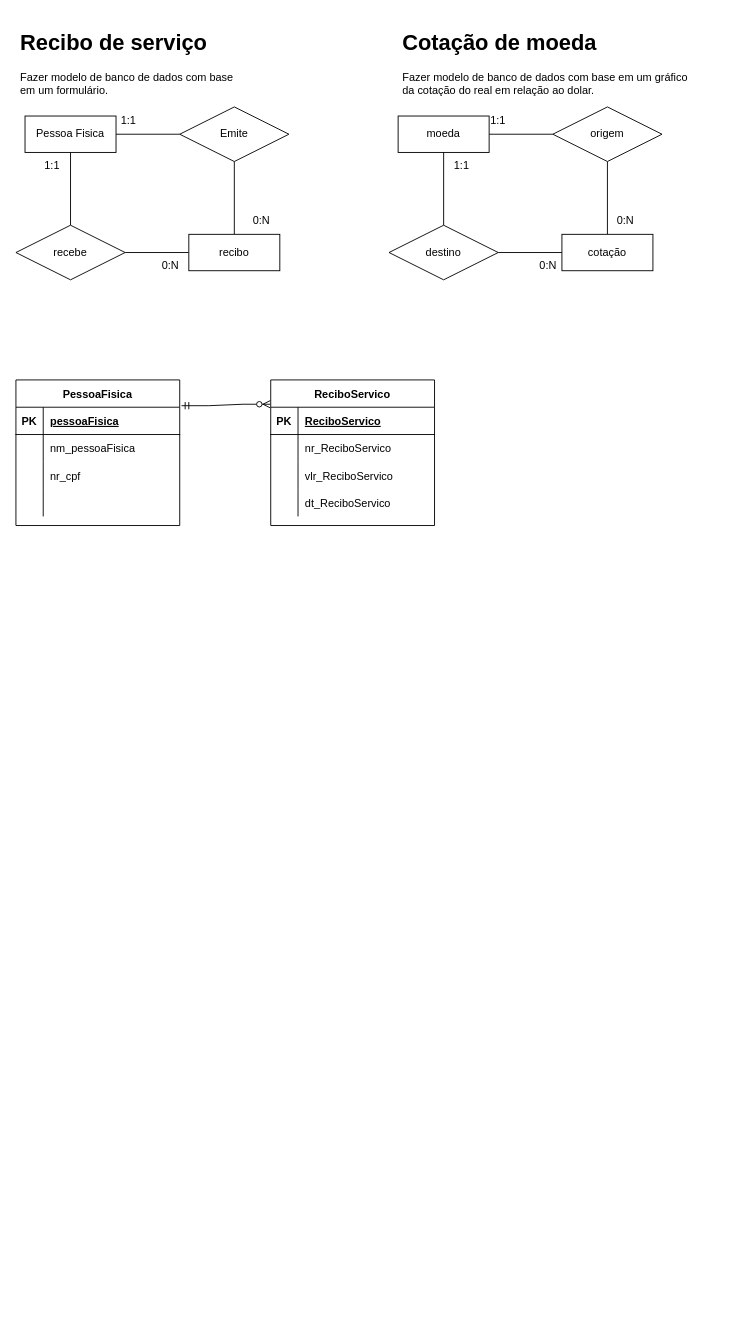
Earlier version of the draw.io diagram ReciboMoeda.drawio (Carolina-Silva/Carolina-Silva). Source tidied: cells renumbered, new cells numbered last; positions are measured from the earlier drawing's top-left corner, leaving out a move shared by most shapes. Both pictures are drawn from the tidied source at 91%, with x=0, y=0 at pixel (15, 25).
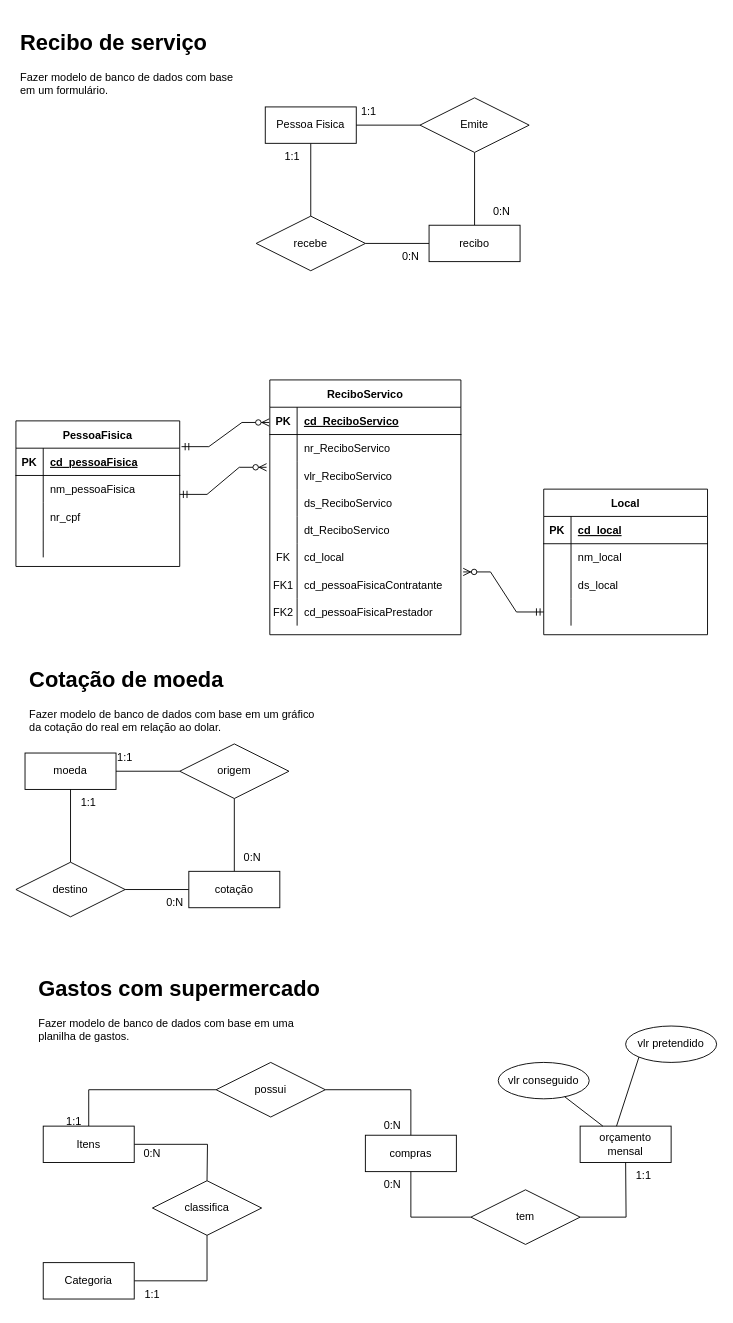
The same diagram, later.

The change refers to these unchanged cells:
```xml
<mxCell id="29" style="shape=tableRow;horizontal=0;startSize=0;swimlaneHead=0;swimlaneBody=0;fillColor=none;points=[[0,0.5],[1,0.5]];portConstraint=eastwest;top=0;left=0;right=0;bottom=1;" parent="28" vertex="1">
  <mxGeometry y="30" width="180" height="30" as="geometry" />
</mxCell>
```

What changed in the source:
```diff
@@
     <mxCell id="3" value="Pessoa Fisica" style="whiteSpace=wrap;html=1;align=center;" parent="1" vertex="1">
-      <mxGeometry x="10" y="100" width="100" height="40" as="geometry" />
+      <mxGeometry x="274" y="90" width="100" height="40" as="geometry" />
     </mxCell>
@@
     <mxCell id="5" value="recebe" style="shape=rhombus;perimeter=rhombusPerimeter;whiteSpace=wrap;html=1;align=center;" parent="1" vertex="1">
-      <mxGeometry y="220" width="120" height="60" as="geometry" />
+      <mxGeometry x="264" y="210" width="120" height="60" as="geometry" />
     </mxCell>
@@
     <mxCell id="8" value="Emite" style="shape=rhombus;perimeter=rhombusPerimeter;whiteSpace=wrap;html=1;align=center;" parent="1" vertex="1">
-      <mxGeometry x="180" y="90" width="120" height="60" as="geometry" />
+      <mxGeometry x="444" y="80" width="120" height="60" as="geometry" />
     </mxCell>
     <mxCell id="9" value="recibo" style="whiteSpace=wrap;html=1;align=center;" parent="1" vertex="1">
-      <mxGeometry x="190" y="230" width="100" height="40" as="geometry" />
+      <mxGeometry x="454" y="220" width="100" height="40" as="geometry" />
     </mxCell>
     <mxCell id="10" value="1:1" style="text;html=1;strokeColor=none;fillColor=none;align=center;verticalAlign=middle;whiteSpace=wrap;rounded=0;" parent="1" vertex="1">
-      <mxGeometry x="10" y="140" width="60" height="30" as="geometry" />
+      <mxGeometry x="274" y="130" width="60" height="30" as="geometry" />
     </mxCell>
     <mxCell id="11" value="1:1" style="text;html=1;strokeColor=none;fillColor=none;align=center;verticalAlign=middle;whiteSpace=wrap;rounded=0;" parent="1" vertex="1">
-      <mxGeometry x="94" y="90" width="60" height="30" as="geometry" />
+      <mxGeometry x="358" y="80" width="60" height="30" as="geometry" />
     </mxCell>
     <mxCell id="12" value="0:N" style="text;html=1;strokeColor=none;fillColor=none;align=center;verticalAlign=middle;whiteSpace=wrap;rounded=0;" parent="1" vertex="1">
-      <mxGeometry x="140" y="250" width="60" height="30" as="geometry" />
+      <mxGeometry x="404" y="240" width="60" height="30" as="geometry" />
     </mxCell>
     <mxCell id="13" value="0:N" style="text;html=1;strokeColor=none;fillColor=none;align=center;verticalAlign=middle;whiteSpace=wrap;rounded=0;" parent="1" vertex="1">
-      <mxGeometry x="240" y="200" width="60" height="30" as="geometry" />
+      <mxGeometry x="504" y="190" width="60" height="30" as="geometry" />
     </mxCell>
@@
     <mxCell id="15" value="&lt;h1&gt;Cotação de moeda&lt;/h1&gt;&lt;p&gt;Fazer modelo de banco de dados com base em um gráfico da cotação do real em relação ao dolar.&lt;/p&gt;" style="text;html=1;strokeColor=none;fillColor=none;spacing=5;spacingTop=-20;whiteSpace=wrap;overflow=hidden;rounded=0;" parent="1" vertex="1">
-      <mxGeometry x="420" width="330" height="100" as="geometry" />
+      <mxGeometry x="10" y="700" width="330" height="100" as="geometry" />
     </mxCell>
@@
     <mxCell id="17" value="moeda" style="whiteSpace=wrap;html=1;align=center;" parent="1" vertex="1">
-      <mxGeometry x="420" y="100" width="100" height="40" as="geometry" />
+      <mxGeometry x="10" y="800" width="100" height="40" as="geometry" />
     </mxCell>
@@
     <mxCell id="19" value="origem" style="shape=rhombus;perimeter=rhombusPerimeter;whiteSpace=wrap;html=1;align=center;" parent="1" vertex="1">
-      <mxGeometry x="590" y="90" width="120" height="60" as="geometry" />
+      <mxGeometry x="180" y="790" width="120" height="60" as="geometry" />
     </mxCell>
@@
     <mxCell id="21" value="cotação" style="whiteSpace=wrap;html=1;align=center;" parent="1" vertex="1">
-      <mxGeometry x="600" y="230" width="100" height="40" as="geometry" />
+      <mxGeometry x="190" y="930" width="100" height="40" as="geometry" />
     </mxCell>
@@
     <mxCell id="23" value="destino" style="shape=rhombus;perimeter=rhombusPerimeter;whiteSpace=wrap;html=1;align=center;" parent="1" vertex="1">
-      <mxGeometry x="410" y="220" width="120" height="60" as="geometry" />
+      <mxGeometry y="920" width="120" height="60" as="geometry" />
     </mxCell>
     <mxCell id="24" value="1:1" style="text;html=1;strokeColor=none;fillColor=none;align=center;verticalAlign=middle;whiteSpace=wrap;rounded=0;" parent="1" vertex="1">
-      <mxGeometry x="500" y="90" width="60" height="30" as="geometry" />
+      <mxGeometry x="90" y="790" width="60" height="30" as="geometry" />
     </mxCell>
     <mxCell id="25" value="1:1" style="text;html=1;strokeColor=none;fillColor=none;align=center;verticalAlign=middle;whiteSpace=wrap;rounded=0;" parent="1" vertex="1">
-      <mxGeometry x="460" y="140" width="60" height="30" as="geometry" />
+      <mxGeometry x="50" y="840" width="60" height="30" as="geometry" />
     </mxCell>
     <mxCell id="26" value="0:N" style="text;html=1;strokeColor=none;fillColor=none;align=center;verticalAlign=middle;whiteSpace=wrap;rounded=0;" parent="1" vertex="1">
-      <mxGeometry x="640" y="200" width="60" height="30" as="geometry" />
+      <mxGeometry x="230" y="900" width="60" height="30" as="geometry" />
     </mxCell>
     <mxCell id="27" value="0:N" style="text;html=1;strokeColor=none;fillColor=none;align=center;verticalAlign=middle;whiteSpace=wrap;rounded=0;" parent="1" vertex="1">
-      <mxGeometry x="555" y="250" width="60" height="30" as="geometry" />
+      <mxGeometry x="145" y="950" width="60" height="30" as="geometry" />
     </mxCell>
     <mxCell id="28" value="PessoaFisica" style="shape=table;startSize=30;childLayout=tableLayout;rowLines=0;fontStyle=1;align=center;" parent="1" vertex="1">
-      <mxGeometry y="390" width="180" height="160" as="geometry" />
+      <mxGeometry y="435" width="180" height="160" as="geometry" />
     </mxCell>
@@
-    <mxCell id="31" value="pessoaFisica" style="shape=partialRectangle;fillColor=none;top=0;left=0;bottom=0;right=0;align=left;spacingLeft=6;fontStyle=5;overflow=hidden;" parent="29" vertex="1">
+    <mxCell id="31" value="cd_pessoaFisica" style="shape=partialRectangle;fillColor=none;top=0;left=0;bottom=0;right=0;align=left;spacingLeft=6;fontStyle=5;overflow=hidden;" parent="29" vertex="1">
       <mxGeometry x="30" width="150" height="30" as="geometry" />
     </mxCell>
@@
     <mxCell id="41" value="ReciboServico" style="shape=table;startSize=30;childLayout=tableLayout;rowLines=0;fontStyle=1;align=center;" parent="1" vertex="1">
-      <mxGeometry x="280" y="390" width="180" height="160" as="geometry" />
+      <mxGeometry x="279" y="390" width="210" height="280" as="geometry" />
     </mxCell>
     <mxCell id="42" style="shape=tableRow;horizontal=0;startSize=0;swimlaneHead=0;swimlaneBody=0;fillColor=none;top=0;left=0;right=0;bottom=1;" parent="41" vertex="1">
-      <mxGeometry y="30" width="180" height="30" as="geometry" />
+      <mxGeometry y="30" width="210" height="30" as="geometry" />
     </mxCell>
@@
-    <mxCell id="44" value="ReciboServico" style="shape=partialRectangle;fillColor=none;top=0;left=0;bottom=0;right=0;align=left;spacingLeft=6;fontStyle=5;overflow=hidden;" parent="42" vertex="1">
-      <mxGeometry x="30" width="150" height="30" as="geometry" />
+    <mxCell id="44" value="cd_ReciboServico" style="shape=partialRectangle;fillColor=none;top=0;left=0;bottom=0;right=0;align=left;spacingLeft=6;fontStyle=5;overflow=hidden;" parent="42" vertex="1">
+      <mxGeometry x="30" width="180" height="30" as="geometry" />
     </mxCell>
     <mxCell id="45" style="shape=tableRow;horizontal=0;startSize=0;swimlaneHead=0;swimlaneBody=0;fillColor=none;top=0;left=0;right=0;bottom=0;" parent="41" vertex="1">
-      <mxGeometry y="60" width="180" height="30" as="geometry" />
+      <mxGeometry y="60" width="210" height="30" as="geometry" />
     </mxCell>
@@
     <mxCell id="47" value="nr_ReciboServico" style="shape=partialRectangle;fillColor=none;top=0;left=0;bottom=0;right=0;align=left;spacingLeft=6;overflow=hidden;" parent="45" vertex="1">
-      <mxGeometry x="30" width="150" height="30" as="geometry" />
+      <mxGeometry x="30" width="180" height="30" as="geometry" />
     </mxCell>
     <mxCell id="48" style="shape=tableRow;horizontal=0;startSize=0;swimlaneHead=0;swimlaneBody=0;fillColor=none;points=[[0,0.5],[1,0.5]];portConstraint=eastwest;top=0;left=0;right=0;bottom=0;" parent="41" vertex="1">
-      <mxGeometry y="90" width="180" height="30" as="geometry" />
+      <mxGeometry y="90" width="210" height="30" as="geometry" />
     </mxCell>
@@
     <mxCell id="50" value="vlr_ReciboServico" style="shape=partialRectangle;fillColor=none;top=0;left=0;bottom=0;right=0;align=left;spacingLeft=6;overflow=hidden;" parent="48" vertex="1">
-      <mxGeometry x="30" width="150" height="30" as="geometry" />
+      <mxGeometry x="30" width="180" height="30" as="geometry" />
     </mxCell>
+    <mxCell id="55" style="shape=tableRow;horizontal=0;startSize=0;swimlaneHead=0;swimlaneBody=0;fillColor=none;top=0;left=0;right=0;bottom=0;" parent="41" vertex="1">
+      <mxGeometry y="120" width="210" height="30" as="geometry" />
+    </mxCell>
+    <mxCell id="56" style="shape=partialRectangle;fillColor=none;top=0;left=0;bottom=0;right=0;overflow=hidden;" parent="55" vertex="1">
+      <mxGeometry width="30" height="30" as="geometry" />
+    </mxCell>
+    <mxCell id="57" value="ds_ReciboServico" style="shape=partialRectangle;fillColor=none;top=0;left=0;bottom=0;right=0;align=left;spacingLeft=6;overflow=hidden;" parent="55" vertex="1">
+      <mxGeometry x="30" width="180" height="30" as="geometry" />
+    </mxCell>
     <mxCell id="51" style="shape=tableRow;horizontal=0;startSize=0;swimlaneHead=0;swimlaneBody=0;fillColor=none;top=0;left=0;right=0;bottom=0;" parent="41" vertex="1">
-      <mxGeometry y="120" width="180" height="30" as="geometry" />
+      <mxGeometry y="150" width="210" height="30" as="geometry" />
     </mxCell>
@@
     <mxCell id="53" value="dt_ReciboServico" style="shape=partialRectangle;fillColor=none;top=0;left=0;bottom=0;right=0;align=left;spacingLeft=6;overflow=hidden;" parent="51" vertex="1">
-      <mxGeometry x="30" width="150" height="30" as="geometry" />
+      <mxGeometry x="30" width="180" height="30" as="geometry" />
     </mxCell>
+    <mxCell id="58" style="shape=tableRow;horizontal=0;startSize=0;swimlaneHead=0;swimlaneBody=0;fillColor=none;top=0;left=0;right=0;bottom=0;" parent="41" vertex="1">
+      <mxGeometry y="180" width="210" height="30" as="geometry" />
+    </mxCell>
+    <mxCell id="59" value="FK" style="shape=partialRectangle;fillColor=none;top=0;left=0;bottom=0;right=0;fontStyle=0;overflow=hidden;" parent="58" vertex="1">
+      <mxGeometry width="30" height="30" as="geometry" />
+    </mxCell>
+    <mxCell id="60" value="cd_local" style="shape=partialRectangle;fillColor=none;top=0;left=0;bottom=0;right=0;align=left;spacingLeft=6;fontStyle=0;overflow=hidden;" parent="58" vertex="1">
+      <mxGeometry x="30" width="180" height="30" as="geometry" />
+    </mxCell>
+    <mxCell id="61" style="shape=tableRow;horizontal=0;startSize=0;swimlaneHead=0;swimlaneBody=0;fillColor=none;points=[[0,0.5],[1,0.5]];portConstraint=eastwest;top=0;left=0;right=0;bottom=0;" parent="41" vertex="1">
+      <mxGeometry y="210" width="210" height="30" as="geometry" />
+    </mxCell>
+    <mxCell id="62" value="FK1" style="shape=partialRectangle;fillColor=none;top=0;left=0;bottom=0;right=0;fontStyle=0;overflow=hidden;" parent="61" vertex="1">
+      <mxGeometry width="30" height="30" as="geometry" />
+    </mxCell>
+    <mxCell id="63" value="cd_pessoaFisicaContratante" style="shape=partialRectangle;fillColor=none;top=0;left=0;bottom=0;right=0;align=left;spacingLeft=6;fontStyle=0;overflow=hidden;" parent="61" vertex="1">
+      <mxGeometry x="30" width="180" height="30" as="geometry" />
+    </mxCell>
+    <mxCell id="64" style="shape=tableRow;horizontal=0;startSize=0;swimlaneHead=0;swimlaneBody=0;fillColor=none;top=0;left=0;right=0;bottom=0;" parent="41" vertex="1">
+      <mxGeometry y="240" width="210" height="30" as="geometry" />
+    </mxCell>
+    <mxCell id="65" value="FK2" style="shape=partialRectangle;fillColor=none;top=0;left=0;bottom=0;right=0;fontStyle=0;overflow=hidden;" parent="64" vertex="1">
+      <mxGeometry width="30" height="30" as="geometry" />
+    </mxCell>
+    <mxCell id="66" value="cd_pessoaFisicaPrestador" style="shape=partialRectangle;fillColor=none;top=0;left=0;bottom=0;right=0;align=left;spacingLeft=6;fontStyle=0;overflow=hidden;" parent="64" vertex="1">
+      <mxGeometry x="30" width="180" height="30" as="geometry" />
+    </mxCell>
@@
+    <mxCell id="67" style="edgeStyle=entityRelationEdgeStyle;fontSize=12;html=1;endArrow=ERzeroToMany;startArrow=ERmandOne;rounded=0;exitX=1.011;exitY=-0.056;exitDx=0;exitDy=0;exitPerimeter=0;entryX=-0.017;entryY=0.2;entryDx=0;entryDy=0;entryPerimeter=0;" parent="1" edge="1" target="48">
+      <mxGeometry relative="1" as="geometry">
+        <mxPoint x="180" y="515.8" as="sourcePoint" />
+      </mxGeometry>
+    </mxCell>
+    <mxCell id="68" value="Local" style="shape=table;startSize=30;childLayout=tableLayout;rowLines=0;fontStyle=1;align=center;" parent="1" vertex="1">
+      <mxGeometry x="580" y="510" width="180" height="160" as="geometry" />
+    </mxCell>
+    <mxCell id="69" style="shape=tableRow;horizontal=0;startSize=0;swimlaneHead=0;swimlaneBody=0;fillColor=none;top=0;left=0;right=0;bottom=1;" parent="68" vertex="1">
+      <mxGeometry y="30" width="180" height="30" as="geometry" />
+    </mxCell>
+    <mxCell id="70" value="PK" style="shape=partialRectangle;fillColor=none;top=0;left=0;bottom=0;right=0;fontStyle=1;overflow=hidden;" parent="69" vertex="1">
+      <mxGeometry width="30" height="30" as="geometry" />
+    </mxCell>
+    <mxCell id="71" value="cd_local" style="shape=partialRectangle;fillColor=none;top=0;left=0;bottom=0;right=0;align=left;spacingLeft=6;fontStyle=5;overflow=hidden;" parent="69" vertex="1">
+      <mxGeometry x="30" width="150" height="30" as="geometry" />
+    </mxCell>
+    <mxCell id="72" style="shape=tableRow;horizontal=0;startSize=0;swimlaneHead=0;swimlaneBody=0;fillColor=none;top=0;left=0;right=0;bottom=0;" parent="68" vertex="1">
+      <mxGeometry y="60" width="180" height="30" as="geometry" />
+    </mxCell>
+    <mxCell id="73" style="shape=partialRectangle;fillColor=none;top=0;left=0;bottom=0;right=0;overflow=hidden;" parent="72" vertex="1">
+      <mxGeometry width="30" height="30" as="geometry" />
+    </mxCell>
+    <mxCell id="74" value="nm_local" style="shape=partialRectangle;fillColor=none;top=0;left=0;bottom=0;right=0;align=left;spacingLeft=6;overflow=hidden;" parent="72" vertex="1">
+      <mxGeometry x="30" width="150" height="30" as="geometry" />
+    </mxCell>
+    <mxCell id="75" style="shape=tableRow;horizontal=0;startSize=0;swimlaneHead=0;swimlaneBody=0;fillColor=none;top=0;left=0;right=0;bottom=0;" parent="68" vertex="1">
+      <mxGeometry y="90" width="180" height="30" as="geometry" />
+    </mxCell>
+    <mxCell id="76" style="shape=partialRectangle;fillColor=none;top=0;left=0;bottom=0;right=0;overflow=hidden;" parent="75" vertex="1">
+      <mxGeometry width="30" height="30" as="geometry" />
+    </mxCell>
+    <mxCell id="77" value="ds_local" style="shape=partialRectangle;fillColor=none;top=0;left=0;bottom=0;right=0;align=left;spacingLeft=6;overflow=hidden;" parent="75" vertex="1">
+      <mxGeometry x="30" width="150" height="30" as="geometry" />
+    </mxCell>
+    <mxCell id="78" style="shape=tableRow;horizontal=0;startSize=0;swimlaneHead=0;swimlaneBody=0;fillColor=none;points=[[0,0.5],[1,0.5]];portConstraint=eastwest;top=0;left=0;right=0;bottom=0;" parent="68" vertex="1">
+      <mxGeometry y="120" width="180" height="30" as="geometry" />
+    </mxCell>
+    <mxCell id="79" style="shape=partialRectangle;fillColor=none;top=0;left=0;bottom=0;right=0;overflow=hidden;" parent="78" vertex="1">
+      <mxGeometry width="30" height="30" as="geometry" />
+    </mxCell>
+    <mxCell id="80" style="shape=partialRectangle;fillColor=none;top=0;left=0;bottom=0;right=0;align=left;spacingLeft=6;overflow=hidden;" parent="78" vertex="1">
+      <mxGeometry x="30" width="150" height="30" as="geometry" />
+    </mxCell>
+    <mxCell id="81" style="edgeStyle=entityRelationEdgeStyle;fontSize=12;html=1;endArrow=ERzeroToMany;startArrow=ERmandOne;rounded=0;exitX=0;exitY=0.5;exitDx=0;exitDy=0;entryX=1.012;entryY=0.033;entryDx=0;entryDy=0;entryPerimeter=0;" parent="1" edge="1" source="78" target="61">
+      <mxGeometry relative="1" as="geometry" />
+    </mxCell>
+    <mxCell id="82" value="&lt;h1&gt;Gastos com supermercado&lt;/h1&gt;&lt;p&gt;Fazer modelo de banco de dados com base em uma planilha de gastos.&lt;/p&gt;" style="text;html=1;strokeColor=none;fillColor=none;spacing=5;spacingTop=-20;whiteSpace=wrap;overflow=hidden;rounded=0;" parent="1" vertex="1">
+      <mxGeometry x="20" y="1040" width="330" height="100" as="geometry" />
+    </mxCell>
+    <mxCell id="83" style="edgeStyle=orthogonalEdgeStyle;rounded=0;jettySize=auto;html=1;entryX=0.5;entryY=0;entryDx=0;entryDy=0;endArrow=none;endFill=0;" parent="1" edge="1" source="85">
+      <mxGeometry relative="1" as="geometry">
+        <mxPoint x="210" y="1270" as="targetPoint" />
+      </mxGeometry>
+    </mxCell>
+    <mxCell id="84" style="edgeStyle=orthogonalEdgeStyle;rounded=0;jettySize=auto;html=1;endArrow=none;endFill=0;exitX=0.5;exitY=0;exitDx=0;exitDy=0;entryX=0;entryY=0.5;entryDx=0;entryDy=0;" parent="1" edge="1" source="85" target="96">
+      <mxGeometry relative="1" as="geometry" />
+    </mxCell>
+    <mxCell id="85" value="Itens" style="whiteSpace=wrap;html=1;align=center;" parent="1" vertex="1">
+      <mxGeometry x="30" y="1210" width="100" height="40" as="geometry" />
+    </mxCell>
+    <mxCell id="86" style="edgeStyle=orthogonalEdgeStyle;rounded=0;jettySize=auto;html=1;endArrow=none;endFill=0;entryX=1;entryY=0.5;entryDx=0;entryDy=0;exitX=0.5;exitY=1;exitDx=0;exitDy=0;" parent="1" edge="1" source="87" target="88">
+      <mxGeometry relative="1" as="geometry" />
+    </mxCell>
+    <mxCell id="87" value="classifica" style="shape=rhombus;perimeter=rhombusPerimeter;whiteSpace=wrap;html=1;align=center;" parent="1" vertex="1">
+      <mxGeometry x="150" y="1270" width="120" height="60" as="geometry" />
+    </mxCell>
+    <mxCell id="88" value="Categoria" style="whiteSpace=wrap;html=1;align=center;" parent="1" vertex="1">
+      <mxGeometry x="30" y="1360" width="100" height="40" as="geometry" />
+    </mxCell>
+    <mxCell id="89" value="orçamento mensal" style="whiteSpace=wrap;html=1;align=center;" parent="1" vertex="1">
+      <mxGeometry x="620" y="1210" width="100" height="40" as="geometry" />
+    </mxCell>
+    <mxCell id="90" value="1:1" style="text;html=1;strokeColor=none;fillColor=none;align=center;verticalAlign=middle;whiteSpace=wrap;rounded=0;" parent="1" vertex="1">
+      <mxGeometry x="120" y="1380" width="60" height="30" as="geometry" />
+    </mxCell>
+    <mxCell id="91" style="edgeStyle=orthogonalEdgeStyle;rounded=0;jettySize=auto;html=1;entryX=0;entryY=0.5;entryDx=0;entryDy=0;endArrow=none;endFill=0;exitX=0.5;exitY=1;exitDx=0;exitDy=0;" parent="1" edge="1" source="92" target="94">
+      <mxGeometry relative="1" as="geometry" />
+    </mxCell>
+    <mxCell id="92" value="compras" style="whiteSpace=wrap;html=1;align=center;" parent="1" vertex="1">
+      <mxGeometry x="384" y="1220" width="100" height="40" as="geometry" />
+    </mxCell>
+    <mxCell id="93" style="edgeStyle=orthogonalEdgeStyle;rounded=0;jettySize=auto;html=1;endArrow=none;endFill=0;" parent="1" edge="1" source="94">
+      <mxGeometry relative="1" as="geometry">
+        <mxPoint x="670" y="1250" as="targetPoint" />
+      </mxGeometry>
+    </mxCell>
+    <mxCell id="94" value="tem" style="shape=rhombus;perimeter=rhombusPerimeter;whiteSpace=wrap;html=1;align=center;" parent="1" vertex="1">
+      <mxGeometry x="500" y="1280" width="120" height="60" as="geometry" />
+    </mxCell>
+    <mxCell id="95" style="edgeStyle=orthogonalEdgeStyle;rounded=0;jettySize=auto;html=1;entryX=0.5;entryY=0;entryDx=0;entryDy=0;endArrow=none;endFill=0;" parent="1" edge="1" source="96" target="92">
+      <mxGeometry relative="1" as="geometry" />
+    </mxCell>
+    <mxCell id="96" value="possui" style="shape=rhombus;perimeter=rhombusPerimeter;whiteSpace=wrap;html=1;align=center;" parent="1" vertex="1">
+      <mxGeometry x="220" y="1140" width="120" height="60" as="geometry" />
+    </mxCell>
+    <mxCell id="97" value="0:N" style="text;html=1;strokeColor=none;fillColor=none;align=center;verticalAlign=middle;whiteSpace=wrap;rounded=0;" parent="1" vertex="1">
+      <mxGeometry x="120" y="1225" width="60" height="30" as="geometry" />
+    </mxCell>
+    <mxCell id="98" value="0:N" style="text;html=1;strokeColor=none;fillColor=none;align=center;verticalAlign=middle;whiteSpace=wrap;rounded=0;" parent="1" vertex="1">
+      <mxGeometry x="384" y="1195" width="60" height="30" as="geometry" />
+    </mxCell>
+    <mxCell id="99" value="1:1" style="text;html=1;strokeColor=none;fillColor=none;align=center;verticalAlign=middle;whiteSpace=wrap;rounded=0;" parent="1" vertex="1">
+      <mxGeometry x="34" y="1190" width="60" height="30" as="geometry" />
+    </mxCell>
+    <mxCell id="100" value="0:N" style="text;html=1;strokeColor=none;fillColor=none;align=center;verticalAlign=middle;whiteSpace=wrap;rounded=0;" parent="1" vertex="1">
+      <mxGeometry x="384" y="1260" width="60" height="30" as="geometry" />
+    </mxCell>
+    <mxCell id="101" value="1:1" style="text;html=1;strokeColor=none;fillColor=none;align=center;verticalAlign=middle;whiteSpace=wrap;rounded=0;" parent="1" vertex="1">
+      <mxGeometry x="660" y="1250" width="60" height="30" as="geometry" />
+    </mxCell>
+    <mxCell id="102" value="vlr pretendido" style="ellipse;whiteSpace=wrap;html=1;align=center;" parent="1" vertex="1">
+      <mxGeometry x="670" y="1100" width="100" height="40" as="geometry" />
+    </mxCell>
+    <mxCell id="103" value="vlr conseguido" style="ellipse;whiteSpace=wrap;html=1;align=center;" parent="1" vertex="1">
+      <mxGeometry x="530" y="1140" width="100" height="40" as="geometry" />
+    </mxCell>
+    <mxCell id="104" style="endArrow=none;html=1;rounded=0;entryX=0.25;entryY=0;entryDx=0;entryDy=0;" parent="1" edge="1" source="103" target="89">
+      <mxGeometry relative="1" as="geometry" />
+    </mxCell>
+    <mxCell id="105" style="endArrow=none;html=1;rounded=0;exitX=0;exitY=1;exitDx=0;exitDy=0;" parent="1" edge="1" source="102">
+      <mxGeometry relative="1" as="geometry">
+        <mxPoint x="660" y="1210" as="targetPoint" />
+      </mxGeometry>
+    </mxCell>
```
